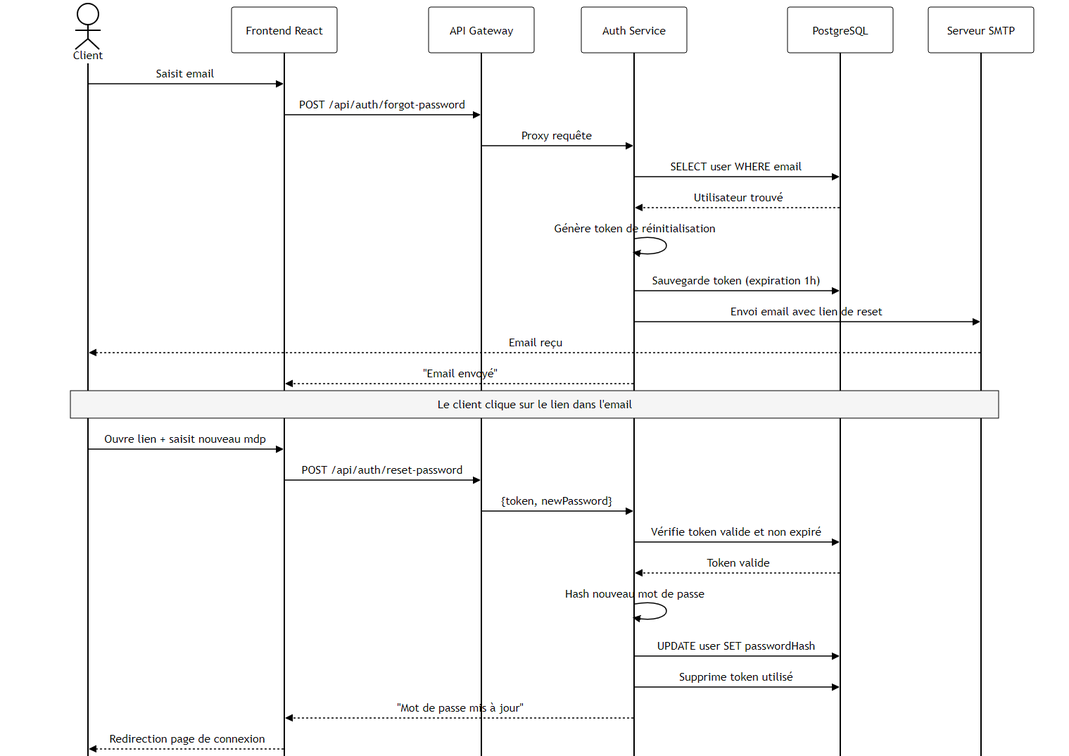
hamzabenmarwen/app_pfe keeps this Mermaid diagram as rapport/diagrams/seq_reset_password.png. Above is the earlier version. Its source is kept beside it as mermaid_sources/seq_reset_password.mmd. The source it was exported from:
```mermaid
sequenceDiagram
    actor Client
    participant Frontend as Frontend React
    participant Gateway as API Gateway
    participant Auth as Auth Service
    participant DB as PostgreSQL
    participant SMTP as Serveur SMTP

    Client->>Frontend: Saisit email
    Frontend->>Gateway: POST /api/auth/forgot-password
    Gateway->>Auth: Proxy requête
    Auth->>DB: SELECT user WHERE email
    DB-->>Auth: Utilisateur trouvé
    Auth->>Auth: Génère token de réinitialisation
    Auth->>DB: Sauvegarde token (expiration 1h)
    Auth->>SMTP: Envoi email avec lien de reset
    SMTP-->>Client: Email reçu
    Auth-->>Frontend: "Email envoyé"

    Note over Client,SMTP: Le client clique sur le lien dans l'email

    Client->>Frontend: Ouvre lien + saisit nouveau mdp
    Frontend->>Gateway: POST /api/auth/reset-password
    Gateway->>Auth: {token, newPassword}
    Auth->>DB: Vérifie token valide et non expiré
    DB-->>Auth: Token valide
    Auth->>Auth: Hash nouveau mot de passe
    Auth->>DB: UPDATE user SET passwordHash
    Auth->>DB: Supprime token utilisé
    Auth-->>Frontend: "Mot de passe mis à jour"
    Frontend-->>Client: Redirection page de connexion
```
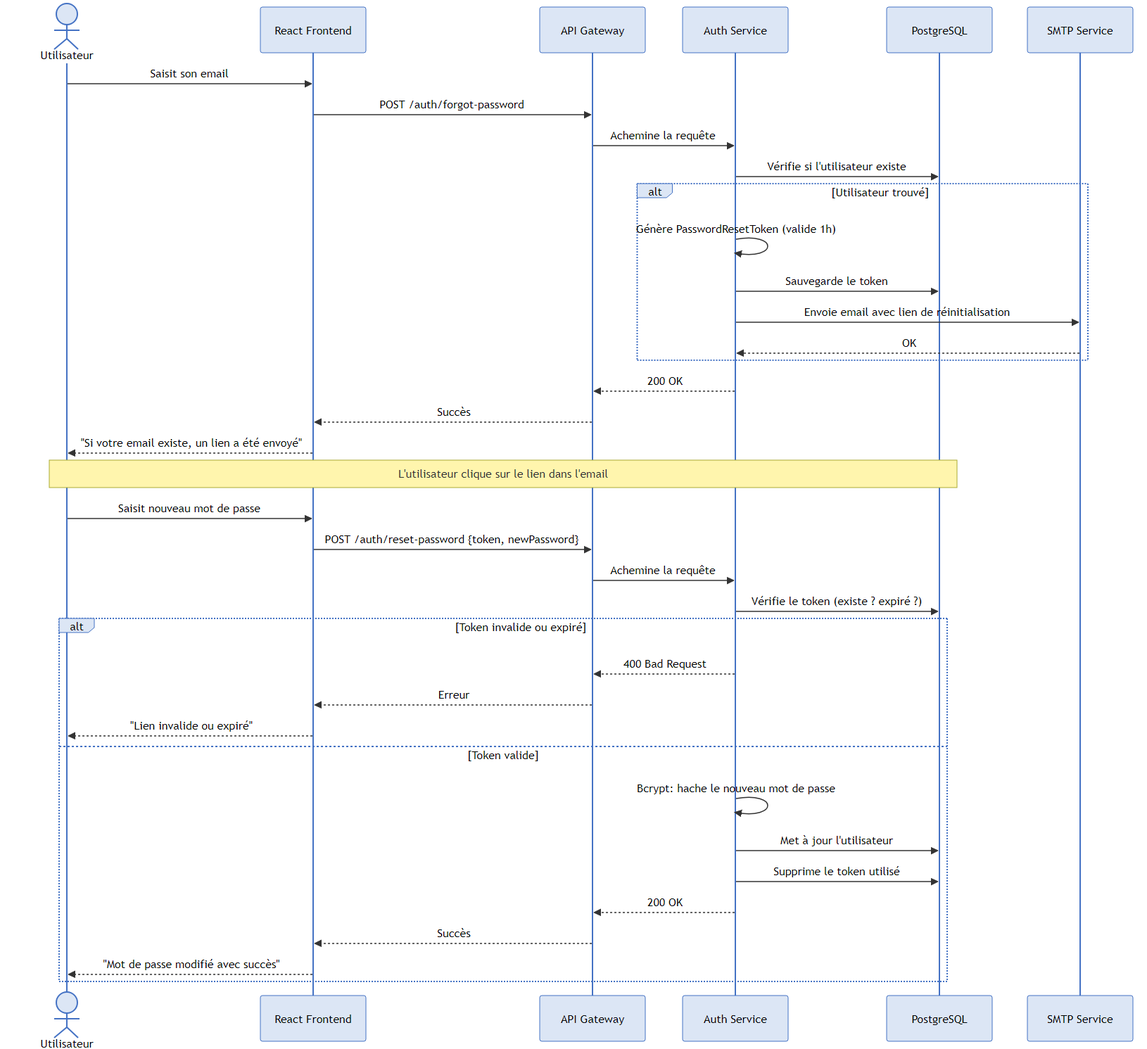
Above is the later version.

The edit, as a diff of the source:
```diff
@@ -1,31 +1,43 @@
 sequenceDiagram
-    actor Client
-    participant Frontend as Frontend React
+    actor Utilisateur
+    participant UI as React Frontend
     participant Gateway as API Gateway
     participant Auth as Auth Service
     participant DB as PostgreSQL
-    participant SMTP as Serveur SMTP
+    participant Mail as SMTP Service
 
-    Client->>Frontend: Saisit email
-    Frontend->>Gateway: POST /api/auth/forgot-password
-    Gateway->>Auth: Proxy requête
-    Auth->>DB: SELECT user WHERE email
-    DB-->>Auth: Utilisateur trouvé
-    Auth->>Auth: Génère token de réinitialisation
-    Auth->>DB: Sauvegarde token (expiration 1h)
-    Auth->>SMTP: Envoi email avec lien de reset
-    SMTP-->>Client: Email reçu
-    Auth-->>Frontend: "Email envoyé"
+    Utilisateur->>UI: Saisit son email
+    UI->>Gateway: POST /auth/forgot-password
+    Gateway->>Auth: Achemine la requête
+    Auth->>DB: Vérifie si l'utilisateur existe
 
-    Note over Client,SMTP: Le client clique sur le lien dans l'email
+    alt Utilisateur trouvé
+        Auth->>Auth: Génère PasswordResetToken (valide 1h)
+        Auth->>DB: Sauvegarde le token
+        Auth->>Mail: Envoie email avec lien de réinitialisation
+        Mail-->>Auth: OK
+    end
 
-    Client->>Frontend: Ouvre lien + saisit nouveau mdp
-    Frontend->>Gateway: POST /api/auth/reset-password
-    Gateway->>Auth: {token, newPassword}
-    Auth->>DB: Vérifie token valide et non expiré
-    DB-->>Auth: Token valide
-    Auth->>Auth: Hash nouveau mot de passe
-    Auth->>DB: UPDATE user SET passwordHash
-    Auth->>DB: Supprime token utilisé
-    Auth-->>Frontend: "Mot de passe mis à jour"
-    Frontend-->>Client: Redirection page de connexion
+    Auth-->>Gateway: 200 OK
+    Gateway-->>UI: Succès
+    UI-->>Utilisateur: "Si votre email existe, un lien a été envoyé"
+
+    Note over Utilisateur, DB: L'utilisateur clique sur le lien dans l'email
+
+    Utilisateur->>UI: Saisit nouveau mot de passe
+    UI->>Gateway: POST /auth/reset-password {token, newPassword}
+    Gateway->>Auth: Achemine la requête
+    Auth->>DB: Vérifie le token (existe ? expiré ?)
+
+    alt Token invalide ou expiré
+        Auth-->>Gateway: 400 Bad Request
+        Gateway-->>UI: Erreur
+        UI-->>Utilisateur: "Lien invalide ou expiré"
+    else Token valide
+        Auth->>Auth: Bcrypt: hache le nouveau mot de passe
+        Auth->>DB: Met à jour l'utilisateur
+        Auth->>DB: Supprime le token utilisé
+        Auth-->>Gateway: 200 OK
+        Gateway-->>UI: Succès
+        UI-->>Utilisateur: "Mot de passe modifié avec succès"
+    end
```
